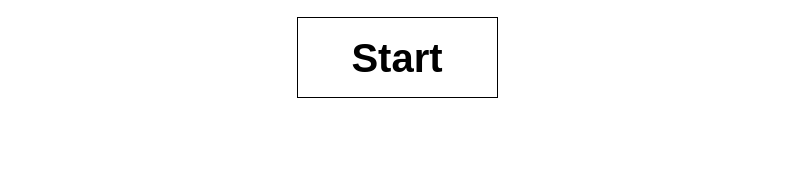
The draw.io diagram Untitled Diagram.drawio in Giladx/ruby, before the edit. Source tidied: cells renumbered, new cells numbered last; positions are measured from the earlier drawing's top-left corner, leaving out a move shared by most shapes. Both pictures are drawn from the tidied source at 100%, with x=0, y=0 at pixel (297, 17).
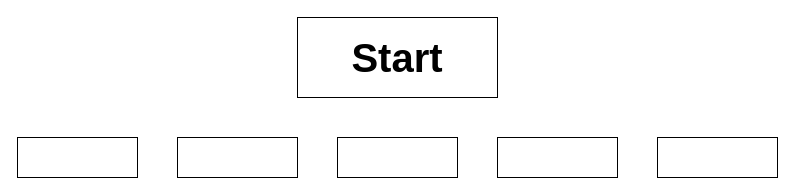
The same diagram, later.

What changed in the source:
```diff
@@
 <mxGraphModel>
   <root>
     <mxCell id="0" />
     <mxCell id="1" parent="0" />
     <mxCell id="2" value="Start" style="rounded=0;whiteSpace=wrap;html=1;fontStyle=1;fontSize=40;" parent="1" vertex="1">
       <mxGeometry width="200" height="80" as="geometry" />
     </mxCell>
+    <mxCell id="3" style="rounded=0;whiteSpace=wrap;html=1;fontSize=40;" parent="1" vertex="1">
+      <mxGeometry x="-280" y="120" width="120" height="40" as="geometry" />
+    </mxCell>
+    <mxCell id="4" style="rounded=0;whiteSpace=wrap;html=1;fontSize=40;" parent="1" vertex="1">
+      <mxGeometry x="-120" y="120" width="120" height="40" as="geometry" />
+    </mxCell>
+    <mxCell id="5" style="rounded=0;whiteSpace=wrap;html=1;fontSize=40;" parent="1" vertex="1">
+      <mxGeometry x="40" y="120" width="120" height="40" as="geometry" />
+    </mxCell>
+    <mxCell id="6" style="rounded=0;whiteSpace=wrap;html=1;fontSize=40;" parent="1" vertex="1">
+      <mxGeometry x="200" y="120" width="120" height="40" as="geometry" />
+    </mxCell>
+    <mxCell id="7" style="rounded=0;whiteSpace=wrap;html=1;fontSize=40;" parent="1" vertex="1">
+      <mxGeometry x="360" y="120" width="120" height="40" as="geometry" />
+    </mxCell>
   </root>
 </mxGraphModel>
```
